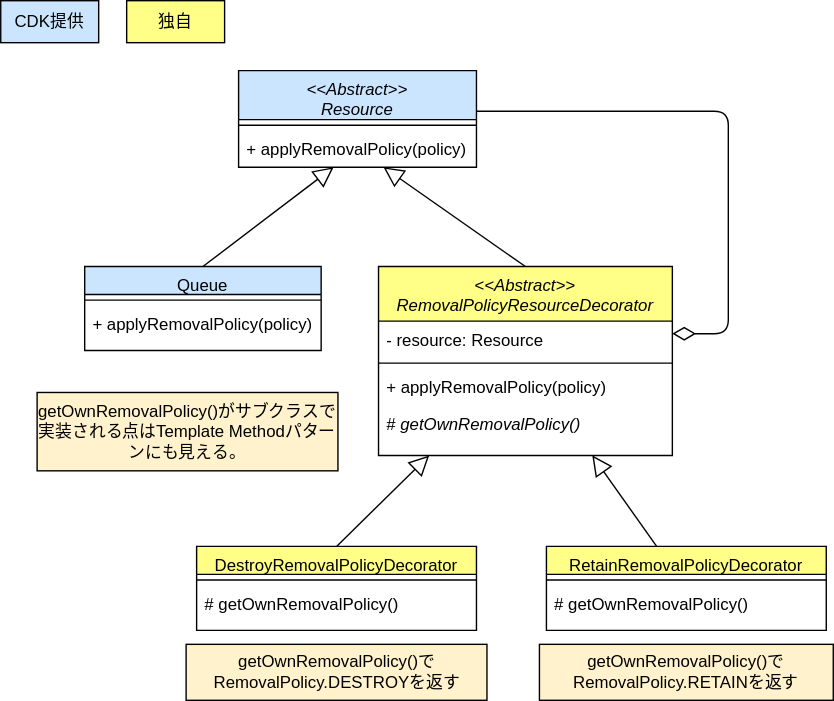
The draw.io diagram drawio/decorator/decorator-cdk-simplified.drawio.svg in go-to-k/cdk-gof-design-pattern, before a commit. Source tidied: cells renumbered, new cells last; positions are measured from the earlier drawing's top-left corner, leaving out a move shared by most shapes.
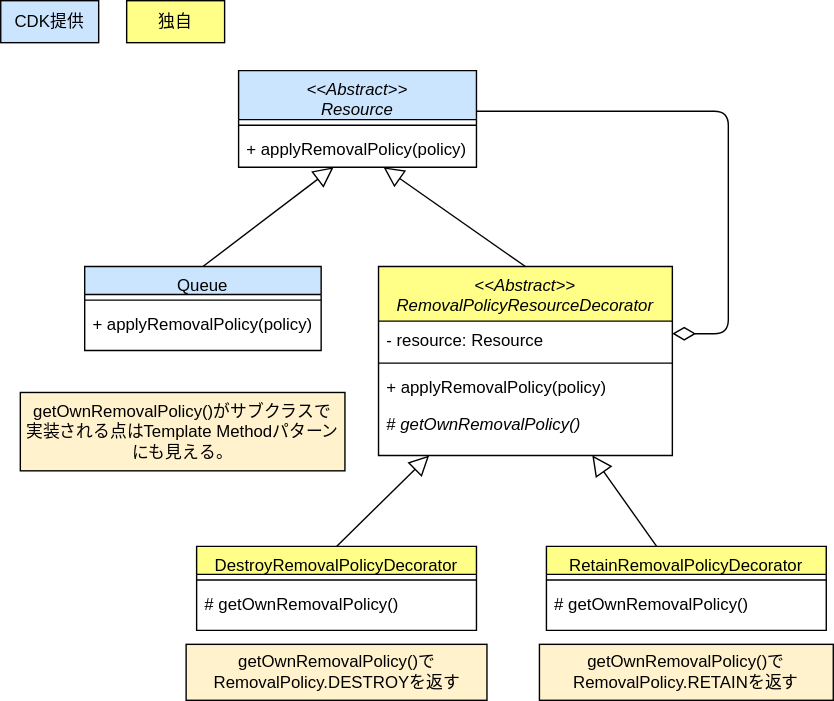
After the commit.

Change to the diagram source:
```diff
@@ -85,8 +85,8 @@
     <mxCell id="27" value="CDK提供" style="rounded=0;whiteSpace=wrap;html=1;fillColor=#cce5ff;strokeColor=#000000;fontColor=#000000;" parent="1" vertex="1">
       <mxGeometry width="70" height="30" as="geometry" />
     </mxCell>
-    <mxCell id="28" value="getOwnRemovalPolicy()がサブクラスで実装される点はTemplate Methodパターンにも見える。" style="text;html=1;strokeColor=#000000;fillColor=#fff2cc;align=center;verticalAlign=middle;whiteSpace=wrap;rounded=0;fontColor=#000000;" parent="1" vertex="1">
-      <mxGeometry x="26" y="280" width="215" height="56" as="geometry" />
+    <mxCell id="28" value="getOwnRemovalPolicy()がサブクラスで&lt;br&gt;実装される点はTemplate Methodパターンにも見える。" style="text;html=1;strokeColor=#000000;fillColor=#fff2cc;align=center;verticalAlign=middle;whiteSpace=wrap;rounded=0;fontColor=#000000;" parent="1" vertex="1">
+      <mxGeometry x="14" y="280" width="232" height="56" as="geometry" />
     </mxCell>
   </root>
 </mxGraphModel>
```
